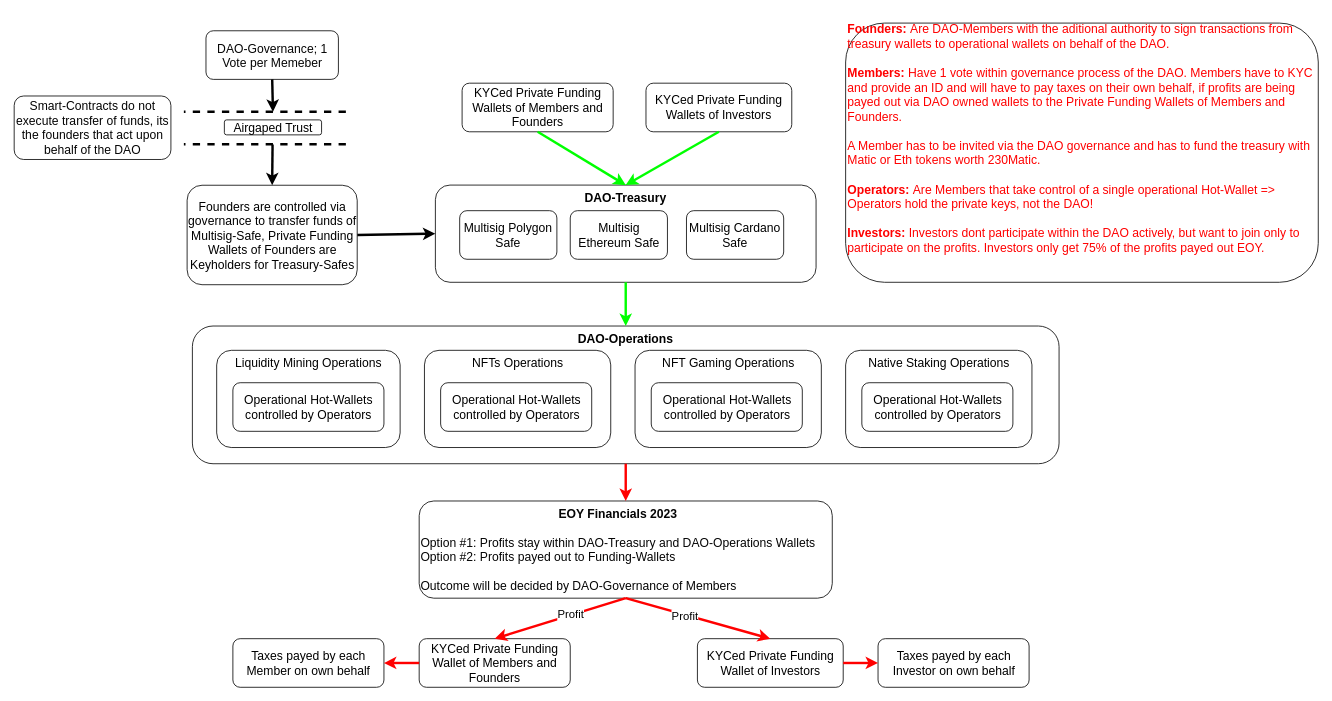
Earlier version of the draw.io diagram page "V1.1" (2 of 2) of 00_Organisational/Diagrams/architecure.drawio (Vedaykin/2ndRenaissanceSociety). Source tidied: cells renumbered, new cells numbered last; positions are measured from the earlier drawing's top-left corner, leaving out a move shared by most shapes. Both pictures are drawn from the tidied source at 81%, with x=0, y=0 at pixel (14, 23).
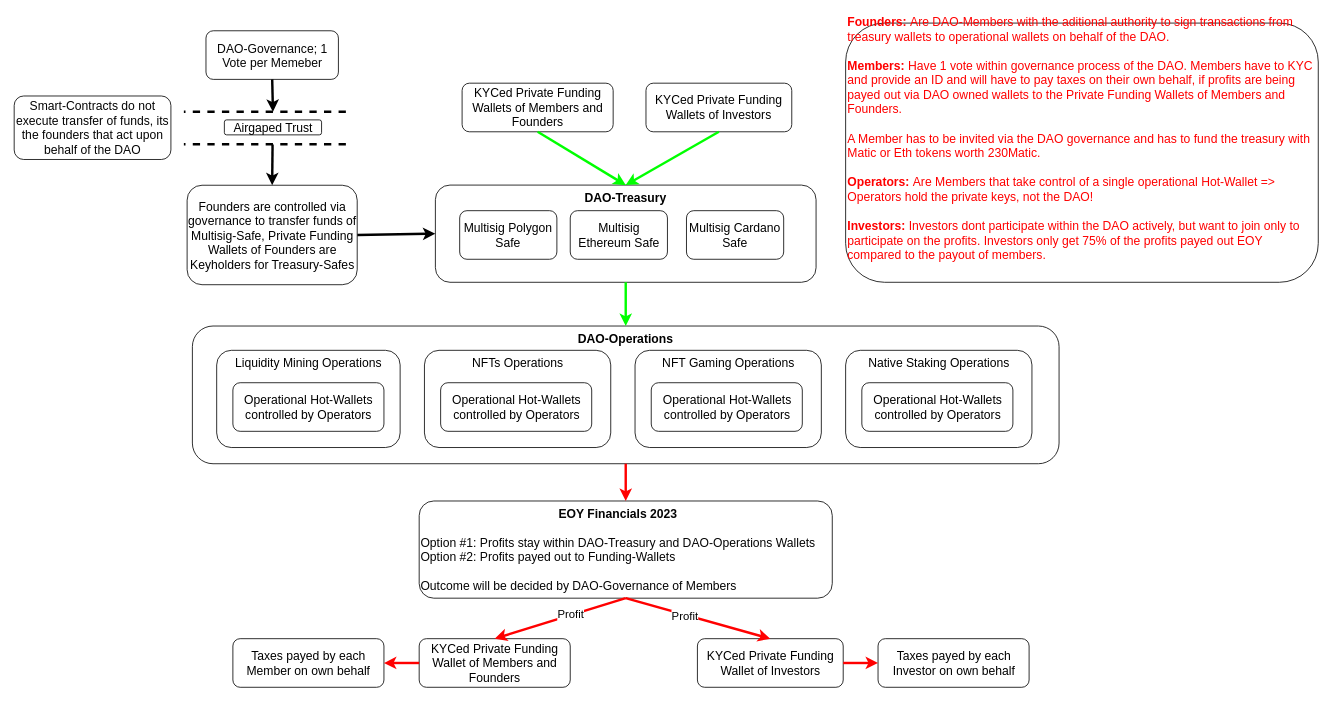
After the change.

Commit message (it also covers changes not shown here):
Wallet and diagrams update

What changed in the source:
```diff
@@
-    <mxCell id="41" value="Founders: &lt;span style=&quot;font-weight: normal;&quot;&gt;Are DAO-Members with the aditional authority to sign transactions from treasury wallets to operational wallets on behalf of the DAO.&lt;/span&gt;&lt;br style=&quot;border-color: var(--border-color); font-size: 15px;&quot;&gt;&lt;br style=&quot;border-color: var(--border-color); font-size: 15px;&quot;&gt;&lt;div style=&quot;border-color: var(--border-color); font-size: 15px;&quot;&gt;&lt;span style=&quot;border-color: var(--border-color); background-color: initial; font-size: 15px;&quot;&gt;Members: &lt;span style=&quot;font-weight: normal;&quot;&gt;Have 1 vote within governance process of the DAO. Members have to KYC and provide an ID and will have to pay taxes on their own behalf, if profits are being payed out via DAO owned wallets to the Private Funding Wallets of Members and Founders.&lt;/span&gt;&lt;/span&gt;&lt;/div&gt;&lt;div style=&quot;border-color: var(--border-color); font-size: 15px;&quot;&gt;&lt;span style=&quot;border-color: var(--border-color); background-color: initial; font-size: 15px; font-weight: normal;&quot;&gt;&lt;br&gt;&lt;/span&gt;&lt;/div&gt;&lt;div style=&quot;border-color: var(--border-color); font-size: 15px;&quot;&gt;&lt;span style=&quot;border-color: var(--border-color); background-color: initial; font-size: 15px; font-weight: normal;&quot;&gt;A Member has to be invited via the DAO governance and has to fund the treasury with Matic or Eth tokens worth 230Matic.&lt;br&gt;&lt;/span&gt;&lt;/div&gt;&lt;div style=&quot;border-color: var(--border-color); font-size: 15px;&quot;&gt;&lt;span style=&quot;border-color: var(--border-color); background-color: initial; font-size: 15px;&quot;&gt;&lt;br style=&quot;border-color: var(--border-color); font-size: 15px;&quot;&gt;&lt;/span&gt;&lt;/div&gt;&lt;div style=&quot;border-color: var(--border-color); font-size: 15px;&quot;&gt;&lt;span style=&quot;border-color: var(--border-color); background-color: initial; font-size: 15px;&quot;&gt;Operators: &lt;span style=&quot;font-weight: normal;&quot;&gt;Are Members that take control of a single operational Hot-Wallet =&amp;gt; Operators hold the private keys, not the DAO!&lt;/span&gt;&lt;/span&gt;&lt;/div&gt;&lt;div style=&quot;border-color: var(--border-color); font-size: 15px;&quot;&gt;&lt;span style=&quot;border-color: var(--border-color); background-color: initial; font-size: 15px;&quot;&gt;&lt;span style=&quot;font-weight: normal;&quot;&gt;&lt;br&gt;&lt;/span&gt;&lt;/span&gt;&lt;/div&gt;&lt;div style=&quot;border-color: var(--border-color); font-size: 15px;&quot;&gt;&lt;span style=&quot;border-color: var(--border-color); background-color: initial; font-size: 15px;&quot;&gt;Investors:&lt;span style=&quot;font-weight: 400;&quot;&gt;&amp;nbsp;Investors dont participate within the DAO actively, but want to join only to participate on the profits. Investors only get 75% of the profits payed out EOY.&lt;/span&gt;&lt;/span&gt;&lt;/div&gt;&lt;div style=&quot;border-color: var(--border-color); font-size: 15px;&quot;&gt;&lt;span style=&quot;border-color: var(--border-color); background-color: initial; font-size: 15px;&quot;&gt;&lt;br&gt;&lt;/span&gt;&lt;/div&gt;&lt;div style=&quot;border-color: var(--border-color); font-size: 15px;&quot;&gt;&lt;br&gt;&lt;/div&gt;" style="rounded=1;whiteSpace=wrap;html=1;fontSize=15;align=left;fontColor=#FF0000;fontStyle=1;" parent="1" vertex="1">
+    <mxCell id="41" value="Founders: &lt;span style=&quot;font-weight: normal;&quot;&gt;Are DAO-Members with the aditional authority to sign transactions from treasury wallets to operational wallets on behalf of the DAO.&lt;/span&gt;&lt;br style=&quot;border-color: var(--border-color); font-size: 15px;&quot;&gt;&lt;br style=&quot;border-color: var(--border-color); font-size: 15px;&quot;&gt;&lt;div style=&quot;border-color: var(--border-color); font-size: 15px;&quot;&gt;&lt;span style=&quot;border-color: var(--border-color); background-color: initial; font-size: 15px;&quot;&gt;Members: &lt;span style=&quot;font-weight: normal;&quot;&gt;Have 1 vote within governance process of the DAO. Members have to KYC and provide an ID and will have to pay taxes on their own behalf, if profits are being payed out via DAO owned wallets to the Private Funding Wallets of Members and Founders.&lt;/span&gt;&lt;/span&gt;&lt;/div&gt;&lt;div style=&quot;border-color: var(--border-color); font-size: 15px;&quot;&gt;&lt;span style=&quot;border-color: var(--border-color); background-color: initial; font-size: 15px; font-weight: normal;&quot;&gt;&lt;br&gt;&lt;/span&gt;&lt;/div&gt;&lt;div style=&quot;border-color: var(--border-color); font-size: 15px;&quot;&gt;&lt;span style=&quot;border-color: var(--border-color); background-color: initial; font-size: 15px; font-weight: normal;&quot;&gt;A Member has to be invited via the DAO governance and has to fund the treasury with Matic or Eth tokens worth 230Matic.&lt;br&gt;&lt;/span&gt;&lt;/div&gt;&lt;div style=&quot;border-color: var(--border-color); font-size: 15px;&quot;&gt;&lt;span style=&quot;border-color: var(--border-color); background-color: initial; font-size: 15px;&quot;&gt;&lt;br style=&quot;border-color: var(--border-color); font-size: 15px;&quot;&gt;&lt;/span&gt;&lt;/div&gt;&lt;div style=&quot;border-color: var(--border-color); font-size: 15px;&quot;&gt;&lt;span style=&quot;border-color: var(--border-color); background-color: initial; font-size: 15px;&quot;&gt;Operators: &lt;span style=&quot;font-weight: normal;&quot;&gt;Are Members that take control of a single operational Hot-Wallet =&amp;gt; Operators hold the private keys, not the DAO!&lt;/span&gt;&lt;/span&gt;&lt;/div&gt;&lt;div style=&quot;border-color: var(--border-color); font-size: 15px;&quot;&gt;&lt;span style=&quot;border-color: var(--border-color); background-color: initial; font-size: 15px;&quot;&gt;&lt;span style=&quot;font-weight: normal;&quot;&gt;&lt;br&gt;&lt;/span&gt;&lt;/span&gt;&lt;/div&gt;&lt;div style=&quot;border-color: var(--border-color); font-size: 15px;&quot;&gt;&lt;span style=&quot;border-color: var(--border-color); background-color: initial; font-size: 15px;&quot;&gt;Investors:&lt;span style=&quot;font-weight: 400;&quot;&gt;&amp;nbsp;Investors dont participate within the DAO actively, but want to join only to participate on the profits. Investors only get 75% of the profits payed out EOY compared to the payout of members.&lt;/span&gt;&lt;/span&gt;&lt;/div&gt;&lt;div style=&quot;border-color: var(--border-color); font-size: 15px;&quot;&gt;&lt;span style=&quot;border-color: var(--border-color); background-color: initial; font-size: 15px;&quot;&gt;&lt;br&gt;&lt;/span&gt;&lt;/div&gt;&lt;div style=&quot;border-color: var(--border-color); font-size: 15px;&quot;&gt;&lt;br&gt;&lt;/div&gt;" style="rounded=1;whiteSpace=wrap;html=1;fontSize=15;align=left;fontColor=#FF0000;fontStyle=1;" parent="1" vertex="1">
       <mxGeometry x="1026.5" width="583.5" height="320" as="geometry" />
     </mxCell>
```
